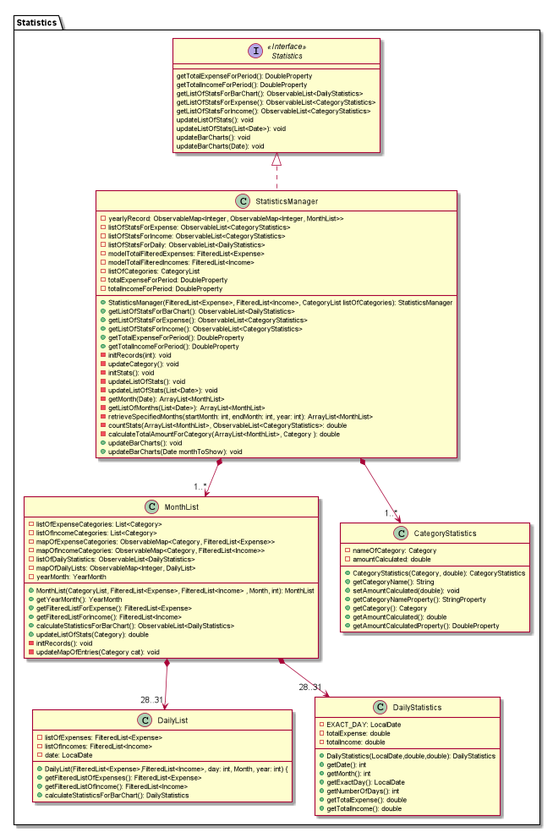
nus-cs2103-AY1920S1/addressbook-level3 keeps this PlantUML diagram as docs/images/StatisticsClassDiagram.png. Above is the earlier version.
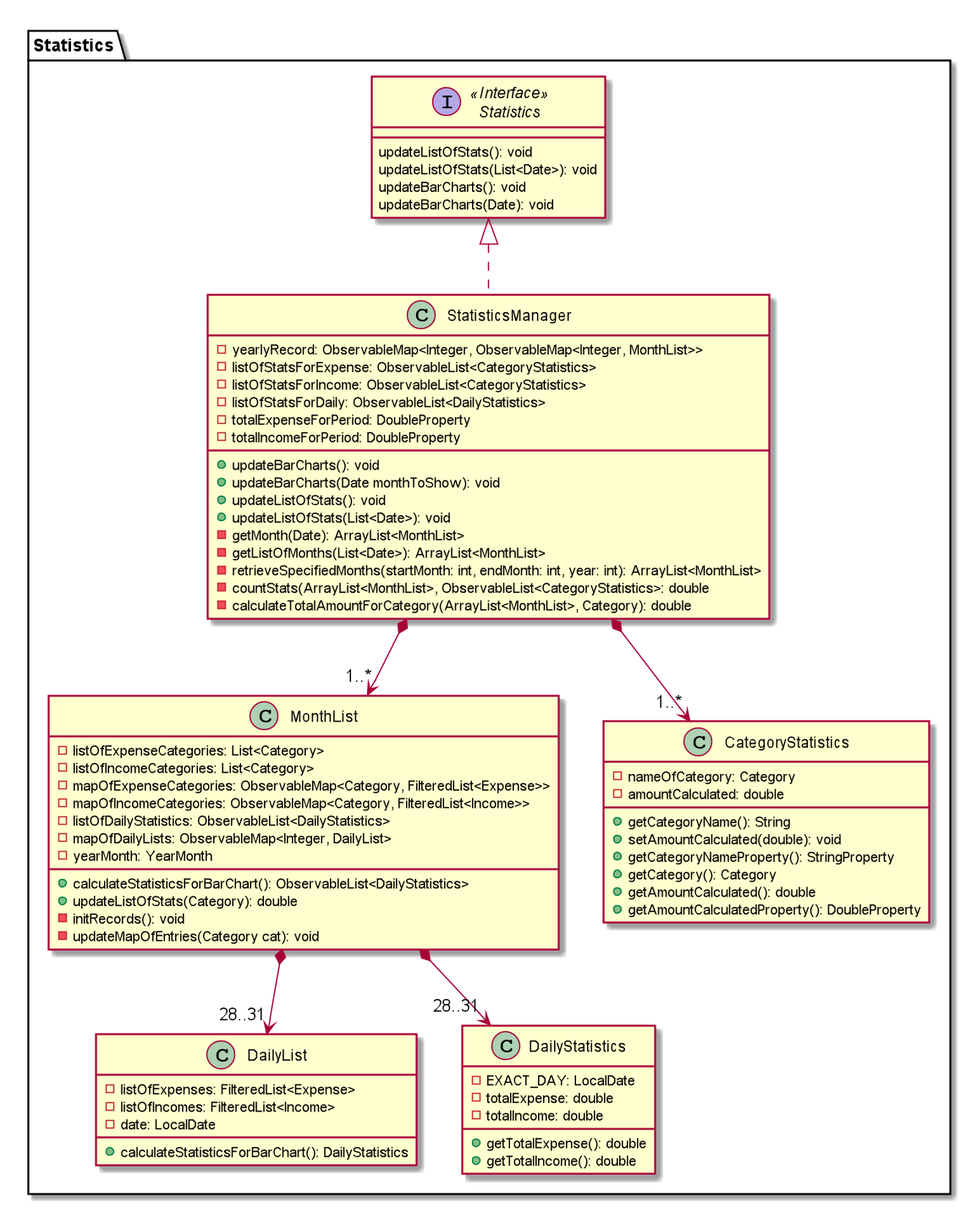
After the commit.

Change to the diagram source:
```diff
@@ -9,11 +9,6 @@
 }
 
 interface Statistics {
-getTotalExpenseForPeriod(): DoubleProperty
-getTotalIncomeForPeriod(): DoubleProperty
-getListOfStatsForBarChart(): ObservableList<DailyStatistics>
-getListOfStatsForExpense(): ObservableList<CategoryStatistics>
-getListOfStatsForIncome(): ObservableList<CategoryStatistics>
 updateListOfStats(): void
 updateListOfStats(List<Date>): void
 updateBarCharts(): void
@@ -25,39 +20,23 @@
     -listOfStatsForExpense: ObservableList<CategoryStatistics>
     -listOfStatsForIncome: ObservableList<CategoryStatistics>
     -listOfStatsForDaily: ObservableList<DailyStatistics>
-    -modelTotalFilteredExpenses: FilteredList<Expense>
-    -modelTotalFilteredIncomes: FilteredList<Income>
-    -listOfCategories: CategoryList
     -totalExpenseForPeriod: DoubleProperty
     -totalIncomeForPeriod: DoubleProperty
-    +StatisticsManager(FilteredList<Expense>, FilteredList<Income>, CategoryList listOfCategories): StatisticsManager
-    +getListOfStatsForBarChart(): ObservableList<DailyStatistics>
-    +getListOfStatsForExpense(): ObservableList<CategoryStatistics>
-    +getListOfStatsForIncome(): ObservableList<CategoryStatistics>
-    +getTotalExpenseForPeriod(): DoubleProperty
-    +getTotalIncomeForPeriod(): DoubleProperty
-    -initRecords(int): void
-    -updateCategory(): void
-    -initStats(): void
-    -updateListOfStats(): void
-    -updateListOfStats(List<Date>): void
+    +updateBarCharts(): void
+    +updateBarCharts(Date monthToShow): void
+    +updateListOfStats(): void
+    +updateListOfStats(List<Date>): void
     -getMonth(Date): ArrayList<MonthList>
     -getListOfMonths(List<Date>): ArrayList<MonthList>
     -retrieveSpecifiedMonths(startMonth: int, endMonth: int, year: int): ArrayList<MonthList>
     -countStats(ArrayList<MonthList>, ObservableList<CategoryStatistics>: double
-    -calculateTotalAmountForCategory(ArrayList<MonthList>, Category ): double
-    +updateBarCharts(): void
-    +updateBarCharts(Date monthToShow): void
+    -calculateTotalAmountForCategory(ArrayList<MonthList>, Category): double
+
 }
 class DailyStatistics {
 -EXACT_DAY: LocalDate
 -totalExpense: double
 -totalIncome: double
-+DailyStatistics(LocalDate,double,double): DailyStatistics
-+getDate(): int
-+getMonth(): int
-+getExactDay(): LocalDate
-+getNumberOfDays(): int
 +getTotalExpense(): double
 +getTotalIncome(): double
 }
@@ -66,9 +45,6 @@
 -listOfExpenses: FilteredList<Expense>
 -listOfIncomes: FilteredList<Income>
 -date: LocalDate
-+DailyList(FilteredList<Expense>,FilteredList<Income>, day: int, Month, year: int) {
-+getFilteredListOfExpenses(): FilteredList<Expense>
-+getFilteredListOfIncome(): FilteredList<Income>
 +calculateStatisticsForBarChart(): DailyStatistics
 }
 
@@ -80,10 +56,6 @@
 -listOfDailyStatistics: ObservableList<DailyStatistics>
 -mapOfDailyLists: ObservableMap<Integer, DailyList>
 -yearMonth: YearMonth
-+MonthList(CategoryList, FilteredList<Expense>, FilteredList<Income> , Month, int): MonthList
-+getYearMonth(): YearMonth
-+getFilteredListForExpense(): FilteredList<Expense>
-+getFilteredListForIncome(): FilteredList<Income>
 +calculateStatisticsForBarChart(): ObservableList<DailyStatistics>
 +updateListOfStats(Category): double
 -initRecords(): void
@@ -93,7 +65,6 @@
 class CategoryStatistics {
 -nameOfCategory: Category
 -amountCalculated: double
-+CategoryStatistics(Category, double): CategoryStatistics
 +getCategoryName(): String
 +setAmountCalculated(double): void
 +getCategoryNameProperty(): StringProperty
```
